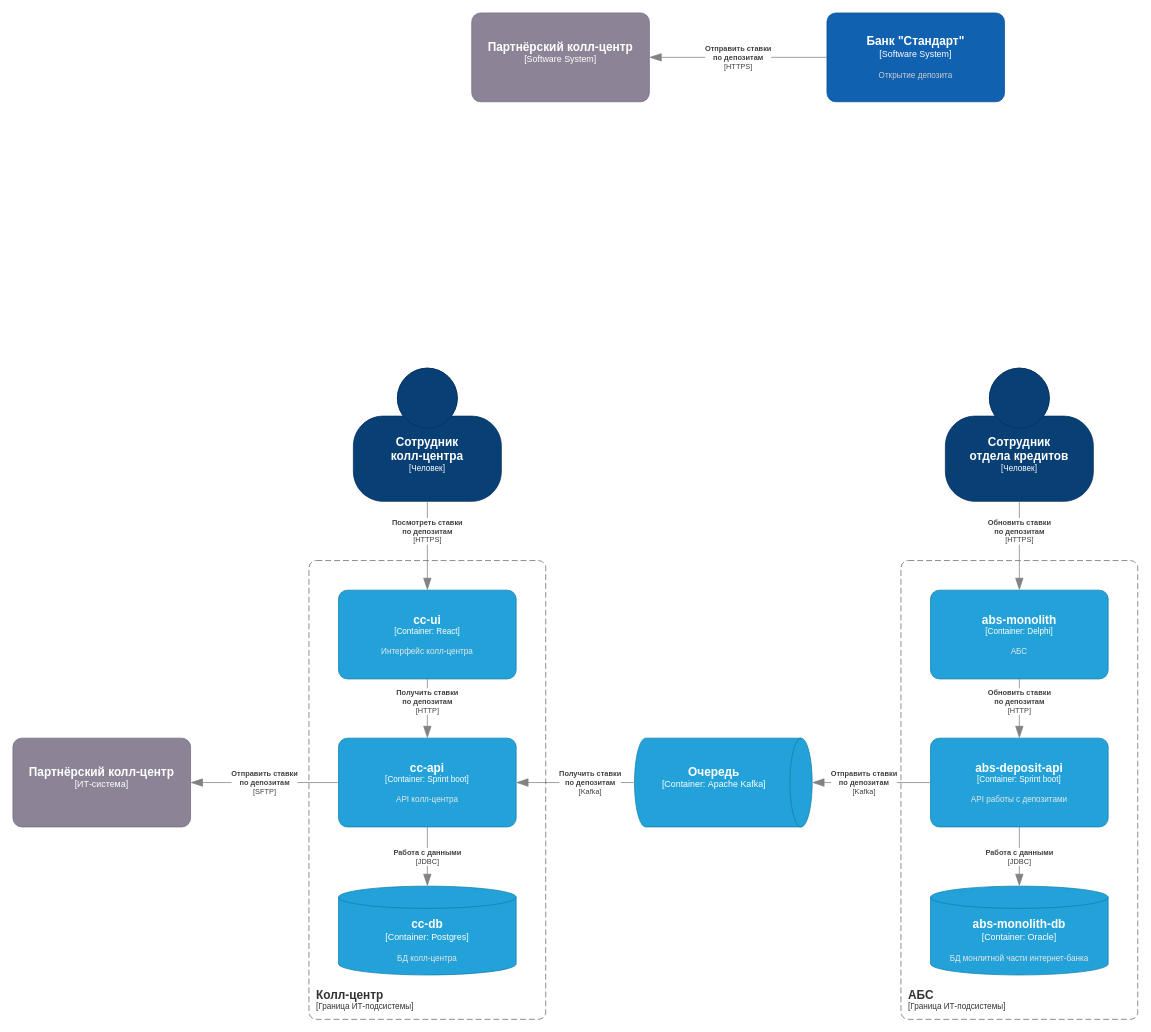
The draw.io diagram Task4/containers.drawio in aipetryakov/architecture-standart, before the edit. Source tidied: cells renumbered, new cells numbered last; positions are measured from the earlier drawing's top-left corner, leaving out a move shared by most shapes. Both pictures are drawn from the tidied source at 74%, with x=0, y=0 at pixel (13, 13).
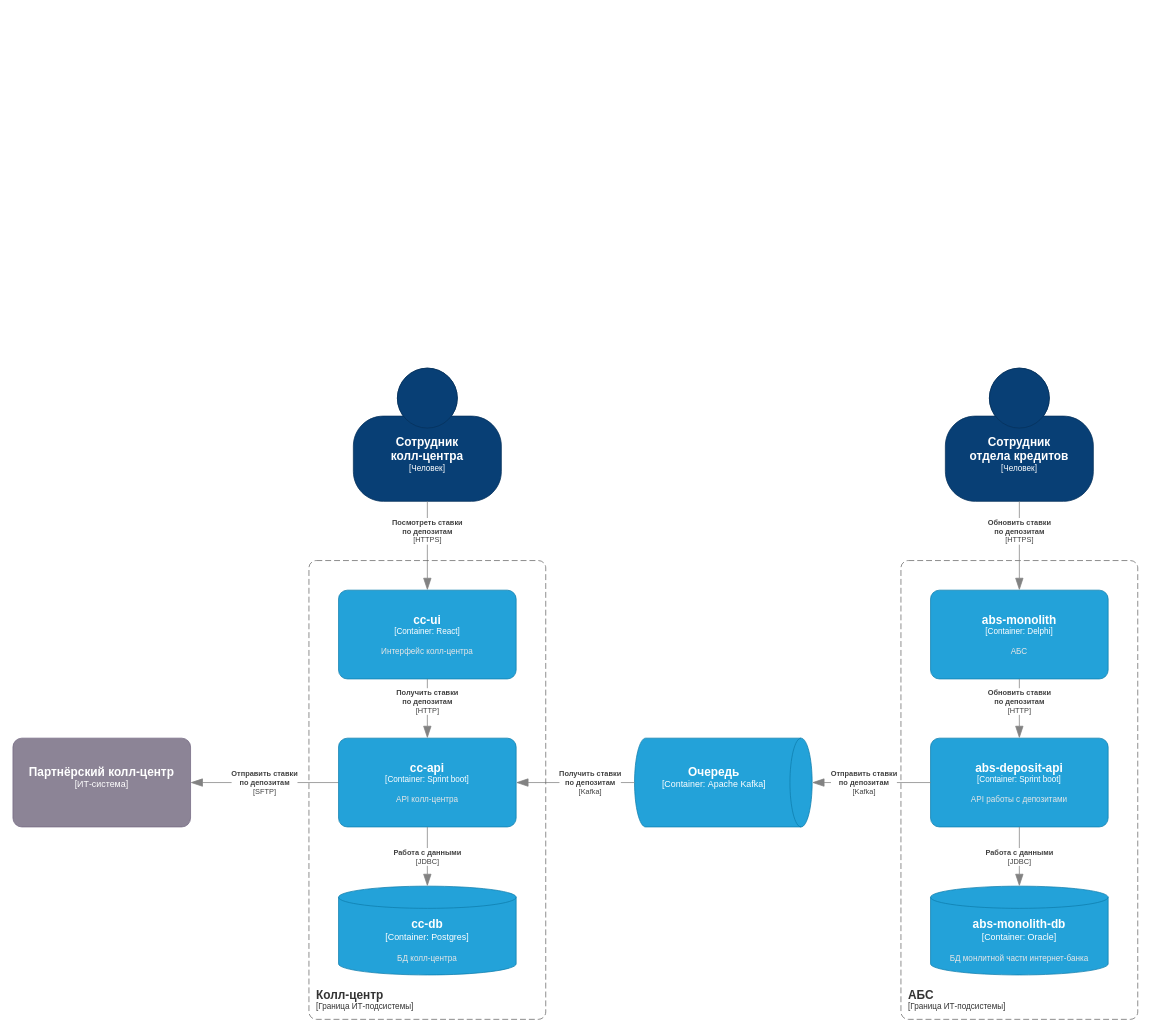
After the change.

Change to the diagram source:
```diff
@@
-    <object id="17" label="&lt;font style=&quot;font-size: 16px&quot;&gt;&lt;b&gt;%c4Name%&lt;/b&gt;&lt;/font&gt;&lt;div&gt;[%c4Type%]&lt;/div&gt;&lt;br&gt;&lt;div&gt;&lt;font style=&quot;font-size: 11px&quot;&gt;&lt;font color=&quot;#cccccc&quot;&gt;%c4Description%&lt;/font&gt;&lt;/div&gt;" c4Description="Открытие депозита" c4Name="Банк &quot;Стандарт&quot;" c4Type="Software System" placeholders="1">
-      <mxCell style="rounded=1;whiteSpace=wrap;html=1;labelBackgroundColor=none;fillColor=#1061B0;fontColor=#ffffff;align=center;arcSize=10;strokeColor=#0D5091;points=[[0.25,0,0],[0.5,0,0],[0.75,0,0],[1,0.25,0],[1,0.5,0],[1,0.75,0],[0.75,1,0],[0.5,1,0],[0.25,1,0],[0,0.75,0],[0,0.5,0],[0,0.25,0]];" parent="1" vertex="1">
-        <mxGeometry x="1100" width="240" height="120" as="geometry" />
-      </mxCell>
-    </object>
-    <object id="18" label="&lt;font style=&quot;font-size: 16px&quot;&gt;&lt;b&gt;%c4Name%&lt;/b&gt;&lt;/font&gt;&lt;div&gt;[%c4Type%]&lt;/div&gt;&lt;br&gt;&lt;div&gt;&lt;font style=&quot;font-size: 11px&quot;&gt;&lt;font color=&quot;#cccccc&quot;&gt;%c4Description%&lt;/font&gt;&lt;/div&gt;" c4Description="" c4Name="Партнёрский колл-центр" c4Type="Software System" placeholders="1">
-      <mxCell style="rounded=1;whiteSpace=wrap;html=1;labelBackgroundColor=none;fillColor=#8C8496;fontColor=#ffffff;align=center;arcSize=10;strokeColor=#736782;points=[[0.25,0,0],[0.5,0,0],[0.75,0,0],[1,0.25,0],[1,0.5,0],[1,0.75,0],[0.75,1,0],[0.5,1,0],[0.25,1,0],[0,0.75,0],[0,0.5,0],[0,0.25,0]];" parent="1" vertex="1">
-        <mxGeometry x="620" width="240" height="120" as="geometry" />
-      </mxCell>
-    </object>
-    <object id="19" label="&lt;div style=&quot;text-align: left&quot;&gt;&lt;div style=&quot;text-align: center&quot;&gt;&lt;b&gt;%c4Description%&lt;/b&gt;&lt;/div&gt;&lt;div style=&quot;text-align: center&quot;&gt;[%c4Technology%]&lt;/div&gt;&lt;/div&gt;" c4Description="Отправить ставки&#10;по депозитам" c4Technology="HTTPS" placeholders="1">
-      <mxCell style="endArrow=blockThin;html=1;fontSize=10;fontColor=#404040;strokeWidth=1;endFill=1;strokeColor=#828282;elbow=vertical;endSize=14;startSize=14;jumpStyle=arc;jumpSize=16;rounded=0;edgeStyle=orthogonalEdgeStyle;" parent="1" edge="1" source="17" target="18">
-        <mxGeometry relative="1" as="geometry">
-          <Array as="points">
-            <mxPoint x="980" y="60" />
-            <mxPoint x="980" y="60" />
-          </Array>
-        </mxGeometry>
-      </mxCell>
-    </object>
```
